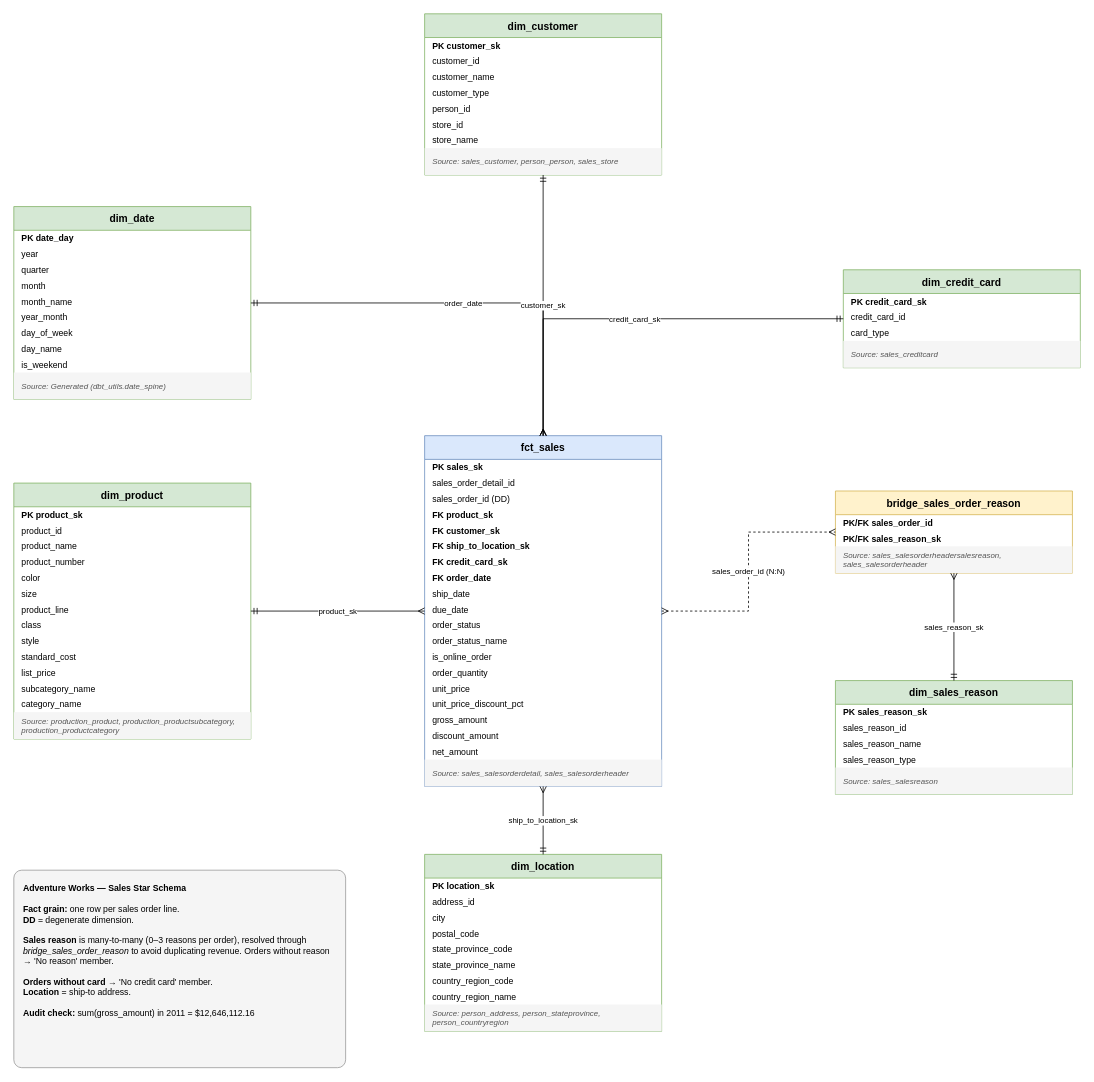
Before: docs/conceptual_model.drawio in yurimorais-indicium/ae_certification_2026, a draw.io diagram. Source tidied: cells renumbered, new cells numbered last; positions are measured from the earlier drawing's top-left corner, leaving out a move shared by most shapes. Both pictures are drawn from the tidied source at 79%, with x=0, y=0 at pixel (13, 13).
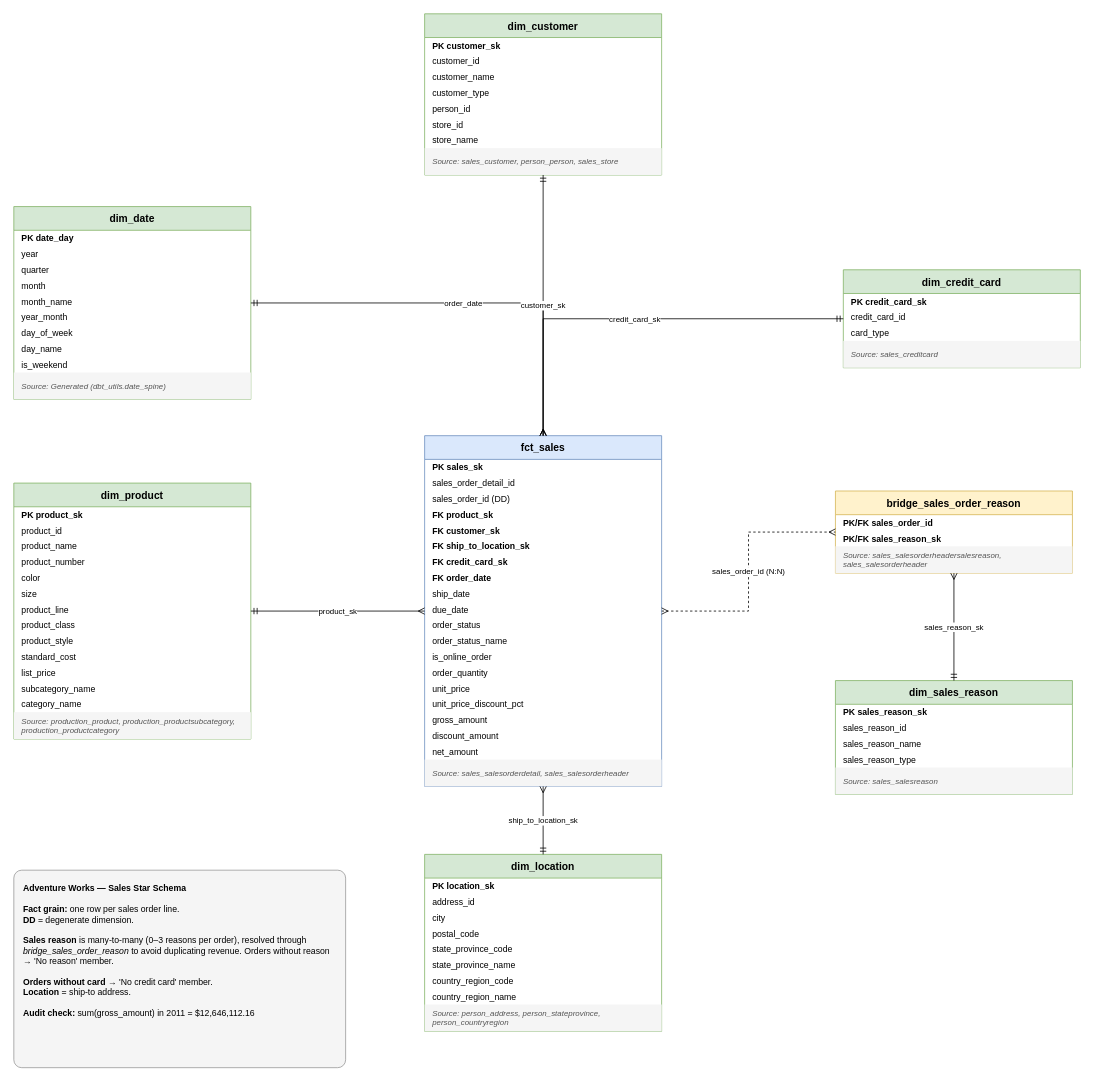
After the change.

Unchanged cells that the change refers to:
```xml
<mxCell id="27" value="dim_product" style="swimlane;fontStyle=1;horizontal=1;startSize=30;fillColor=#d5e8d4;strokeColor=#82b366;fontSize=13;" parent="1" vertex="1">
  <mxGeometry y="594" width="300" height="324" as="geometry" />
</mxCell>
```

What changed in the source:
```diff
@@
-    <mxCell id="35" value="class" style="text;strokeColor=none;fillColor=none;align=left;verticalAlign=middle;spacingLeft=8;fontSize=11;" parent="27" vertex="1">
+    <mxCell id="35" value="product_class" style="text;strokeColor=none;fillColor=none;align=left;verticalAlign=middle;spacingLeft=8;fontSize=11;" parent="27" vertex="1">
       <mxGeometry y="170" width="300" height="20" as="geometry" />
     </mxCell>
-    <mxCell id="36" value="style" style="text;strokeColor=none;fillColor=none;align=left;verticalAlign=middle;spacingLeft=8;fontSize=11;" parent="27" vertex="1">
+    <mxCell id="36" value="product_style" style="text;strokeColor=none;fillColor=none;align=left;verticalAlign=middle;spacingLeft=8;fontSize=11;" parent="27" vertex="1">
       <mxGeometry y="190" width="300" height="20" as="geometry" />
     </mxCell>
```
